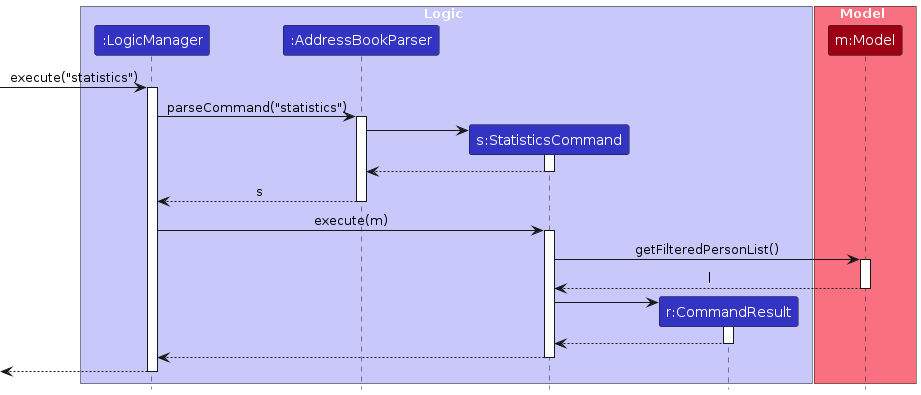
This is diagrams/StatisticsSequenceDiagram.png from hansneddyanto/tp, a PlantUML export, as it was before one commit. Its source is kept beside it as diagrams/StatisticsSequenceDiagram.puml. Source of this version:
```plantuml
@startuml
!include style.puml
skinparam ArrowFontStyle plain

box Logic LOGIC_COLOR_T1
participant ":LogicManager" as LogicManager LOGIC_COLOR
participant ":AddressBookParser" as AddressBookParser LOGIC_COLOR
participant "s:StatisticsCommand" as StatisticsCommand LOGIC_COLOR
participant "r:CommandResult" as CommandResult LOGIC_COLOR
end box

box Model MODEL_COLOR_T1
participant "m:Model" as Model MODEL_COLOR
end box

[-> LogicManager : execute("statistics")
activate LogicManager

LogicManager -> AddressBookParser : parseCommand("statistics")
activate AddressBookParser

create StatisticsCommand
AddressBookParser -> StatisticsCommand
activate StatisticsCommand

StatisticsCommand --> AddressBookParser
deactivate StatisticsCommand

AddressBookParser --> LogicManager : s
deactivate AddressBookParser

LogicManager -> StatisticsCommand : execute(m)
activate StatisticsCommand

StatisticsCommand -> Model : getFilteredPersonList()
activate Model

Model --> StatisticsCommand : l
deactivate Model

create CommandResult
StatisticsCommand -> CommandResult
activate CommandResult

CommandResult --> StatisticsCommand
deactivate CommandResult

StatisticsCommand --> LogicManager
deactivate StatisticsCommand

[<--LogicManager
deactivate LogicManager
@enduml
```
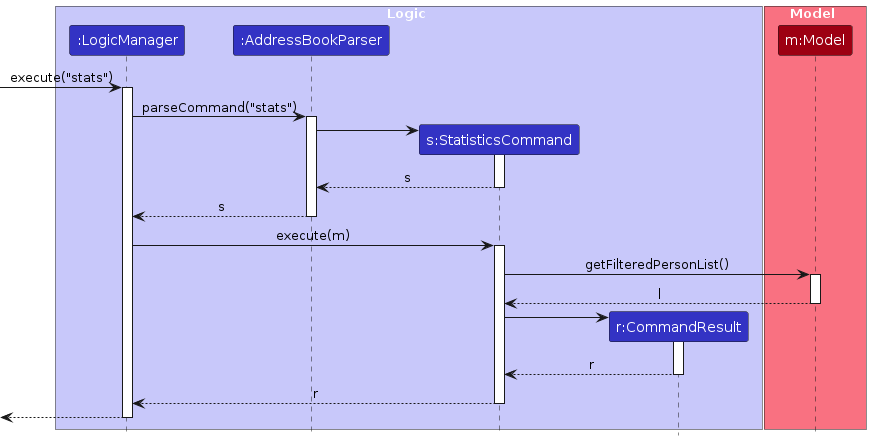
After the commit.

What changed in the source:
```diff
@@ -13,17 +13,17 @@
 participant "m:Model" as Model MODEL_COLOR
 end box
 
-[-> LogicManager : execute("statistics")
+[-> LogicManager : execute("stats")
 activate LogicManager
 
-LogicManager -> AddressBookParser : parseCommand("statistics")
+LogicManager -> AddressBookParser : parseCommand("stats")
 activate AddressBookParser
 
 create StatisticsCommand
 AddressBookParser -> StatisticsCommand
 activate StatisticsCommand
 
-StatisticsCommand --> AddressBookParser
+StatisticsCommand --> AddressBookParser : s
 deactivate StatisticsCommand
 
 AddressBookParser --> LogicManager : s
@@ -42,10 +42,10 @@
 StatisticsCommand -> CommandResult
 activate CommandResult
 
-CommandResult --> StatisticsCommand
+CommandResult --> StatisticsCommand : r
 deactivate CommandResult
 
-StatisticsCommand --> LogicManager
+StatisticsCommand --> LogicManager : r
 deactivate StatisticsCommand
 
 [<--LogicManager
```
